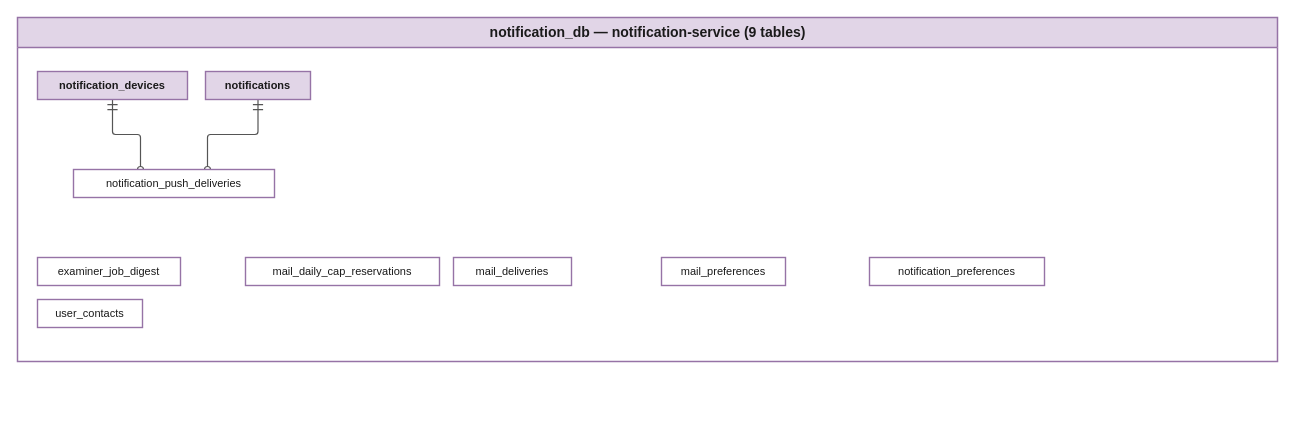
Earlier version of the draw.io diagram report-4-software-design-specification/diagrams/erd/er-all-notification.drawio (IeltsPath-Platform/report). Source tidied: cells renumbered, new cells numbered last; positions are measured from the earlier drawing's top-left corner, leaving out a move shared by most shapes. Both pictures are drawn from the tidied source at 100%, with x=0, y=0 at pixel (17, 17).
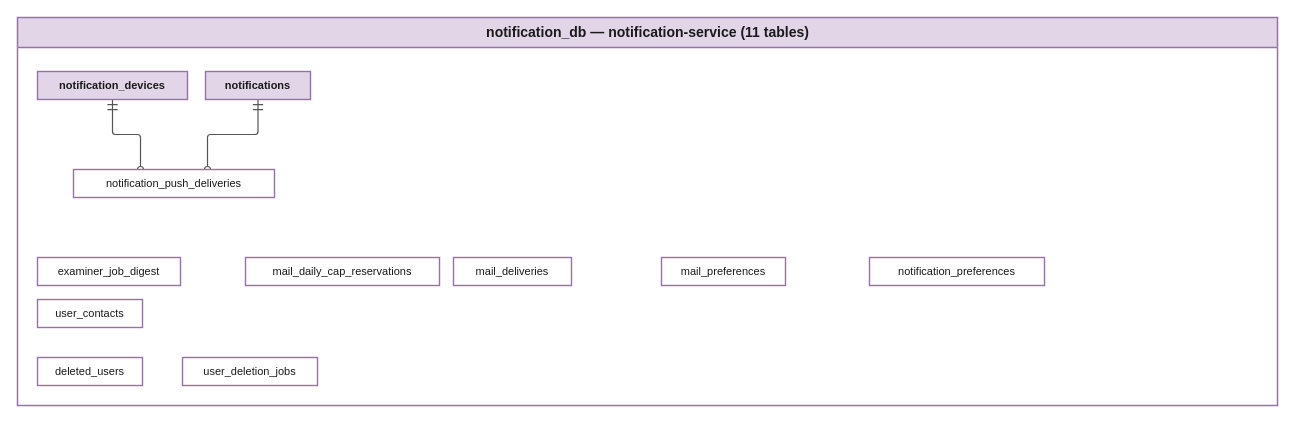
The same page after the edit.

The edit, as a diff of the source:
```diff
@@
-    <mxCell id="2" value="notification_db — notification-service (9 tables)" style="swimlane;startSize=30;fontSize=14;fontStyle=1;fontFamily=Helvetica;fontColor=#1a1a1a;fillColor=#e1d5e7;strokeColor=#9673a6;swimlaneFillColor=#ffffff;strokeWidth=1.5;html=1;" parent="1" vertex="1">
-      <mxGeometry width="1260" height="344" as="geometry" />
+    <mxCell id="2" value="notification_db — notification-service (11 tables)" style="swimlane;startSize=30;fontSize=14;fontStyle=1;fontFamily=Helvetica;fontColor=#1a1a1a;fillColor=#e1d5e7;strokeColor=#9673a6;swimlaneFillColor=#ffffff;strokeWidth=1.5;html=1;" parent="1" vertex="1">
+      <mxGeometry width="1260" height="388" as="geometry" />
     </mxCell>
@@
+    <mxCell id="14" value="deleted_users" style="rounded=0;html=1;whiteSpace=wrap;fontSize=11;fontFamily=Helvetica;fontColor=#1a1a1a;fillColor=#ffffff;strokeColor=#9673a6;strokeWidth=1.4;fontStyle=0;" parent="1" vertex="1">
+      <mxGeometry x="20" y="340" width="105" height="28" as="geometry" />
+    </mxCell>
+    <mxCell id="15" value="user_deletion_jobs" style="rounded=0;html=1;whiteSpace=wrap;fontSize=11;fontFamily=Helvetica;fontColor=#1a1a1a;fillColor=#ffffff;strokeColor=#9673a6;strokeWidth=1.4;fontStyle=0;" parent="1" vertex="1">
+      <mxGeometry x="165" y="340" width="135" height="28" as="geometry" />
+    </mxCell>
```
